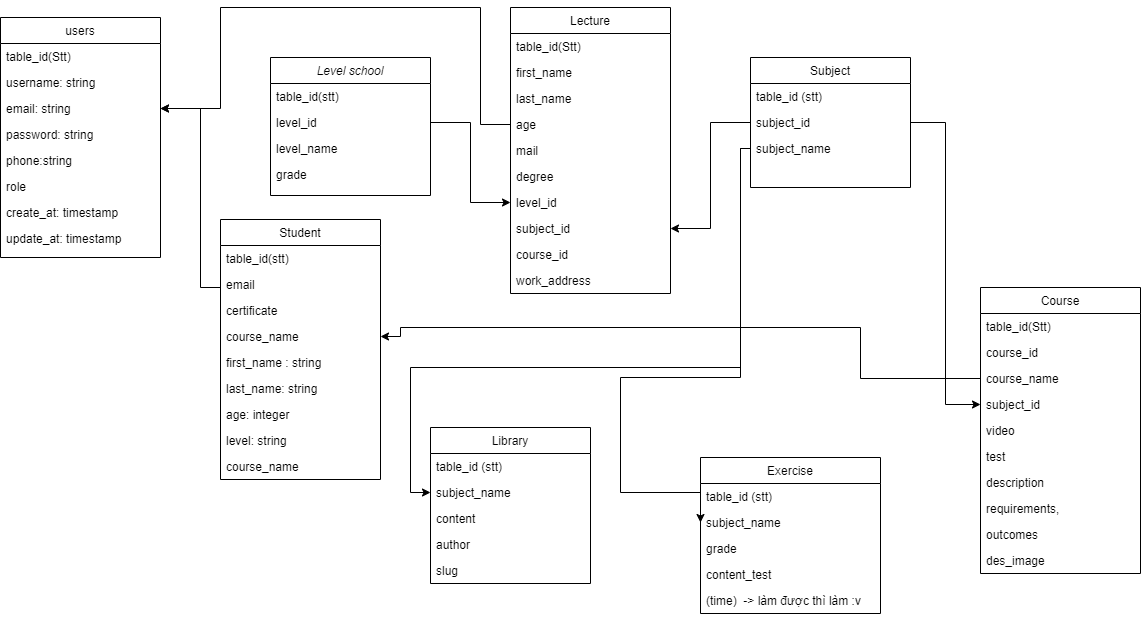
Before: Untitled Diagram.drawio.png, a diagram exported from draw.io (luongminh2111/Web-e-learning). Source tidied: cells renumbered, new cells last; positions are measured from the earlier drawing's top-left corner, leaving out a move shared by most shapes.
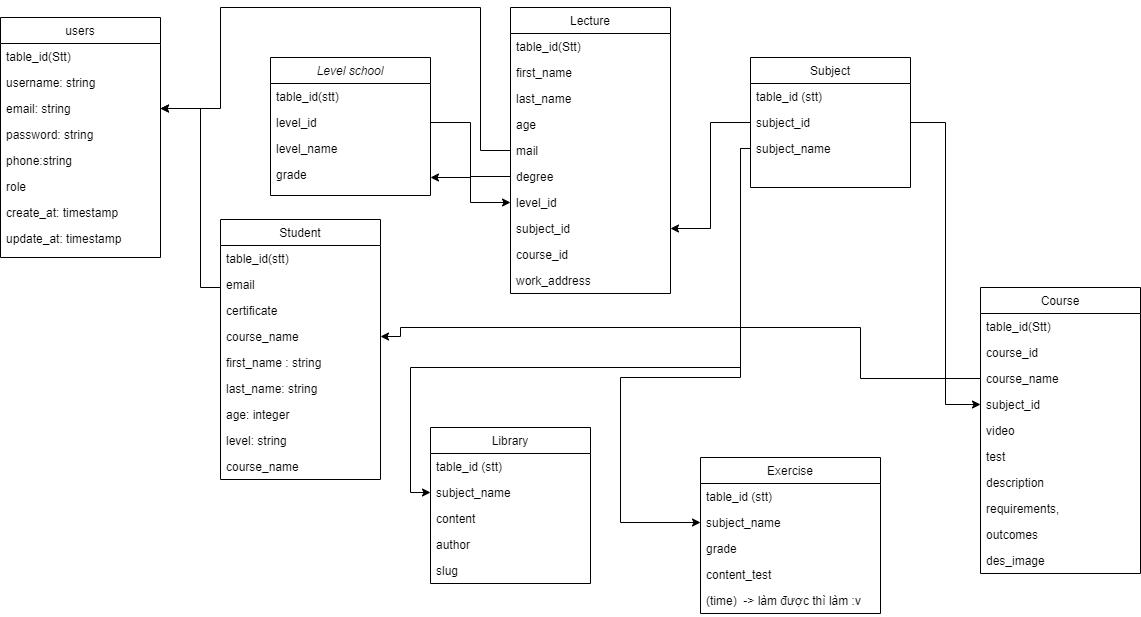
The same diagram one commit later.

Diff of the diagram source:
```diff
@@ -176,7 +176,7 @@
           <mxPoint x="740" y="141" />
           <mxPoint x="740" y="370" />
           <mxPoint x="620" y="370" />
-          <mxPoint x="620" y="485" />
+          <mxPoint x="620" y="515" />
         </Array>
       </mxGeometry>
     </mxCell>
@@ -230,7 +230,7 @@
     <mxCell id="70" style="edgeStyle=orthogonalEdgeStyle;rounded=0;jettySize=auto;html=1;entryX=1;entryY=0.5;entryDx=0;entryDy=0;exitX=0;exitY=0.5;exitDx=0;exitDy=0;" parent="1" edge="1" source="26" target="64">
       <mxGeometry relative="1" as="geometry">
         <Array as="points">
-          <mxPoint x="480" y="117" />
+          <mxPoint x="480" y="143" />
           <mxPoint x="480" />
           <mxPoint x="220" />
           <mxPoint x="220" y="101" />
@@ -247,5 +247,8 @@
         </Array>
       </mxGeometry>
     </mxCell>
+    <mxCell id="72" style="edgeStyle=orthogonalEdgeStyle;rounded=0;jettySize=auto;html=1;" parent="1" edge="1" source="27" target="6">
+      <mxGeometry relative="1" as="geometry" />
+    </mxCell>
   </root>
 </mxGraphModel>
```
